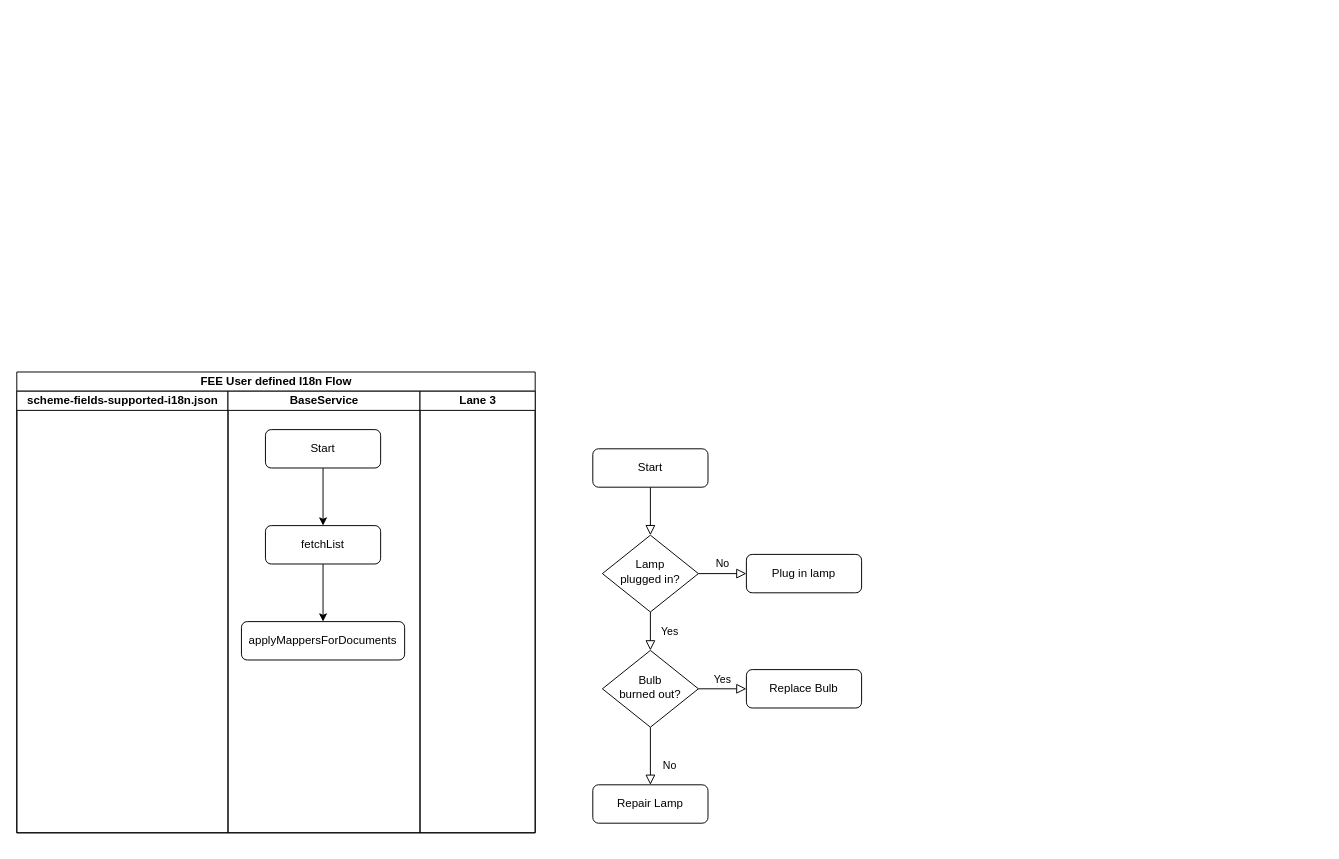
Above: User-Defined-FEE-Translate-Flow.drawio in SmileSB1O1/draw-active (draw.io), before the change. Source tidied: cells renumbered, new cells numbered last; positions are measured from the earlier drawing's top-left corner, leaving out a move shared by most shapes. Both pictures are drawn from the tidied source at 96%, with x=0, y=0 at pixel (16, 372).
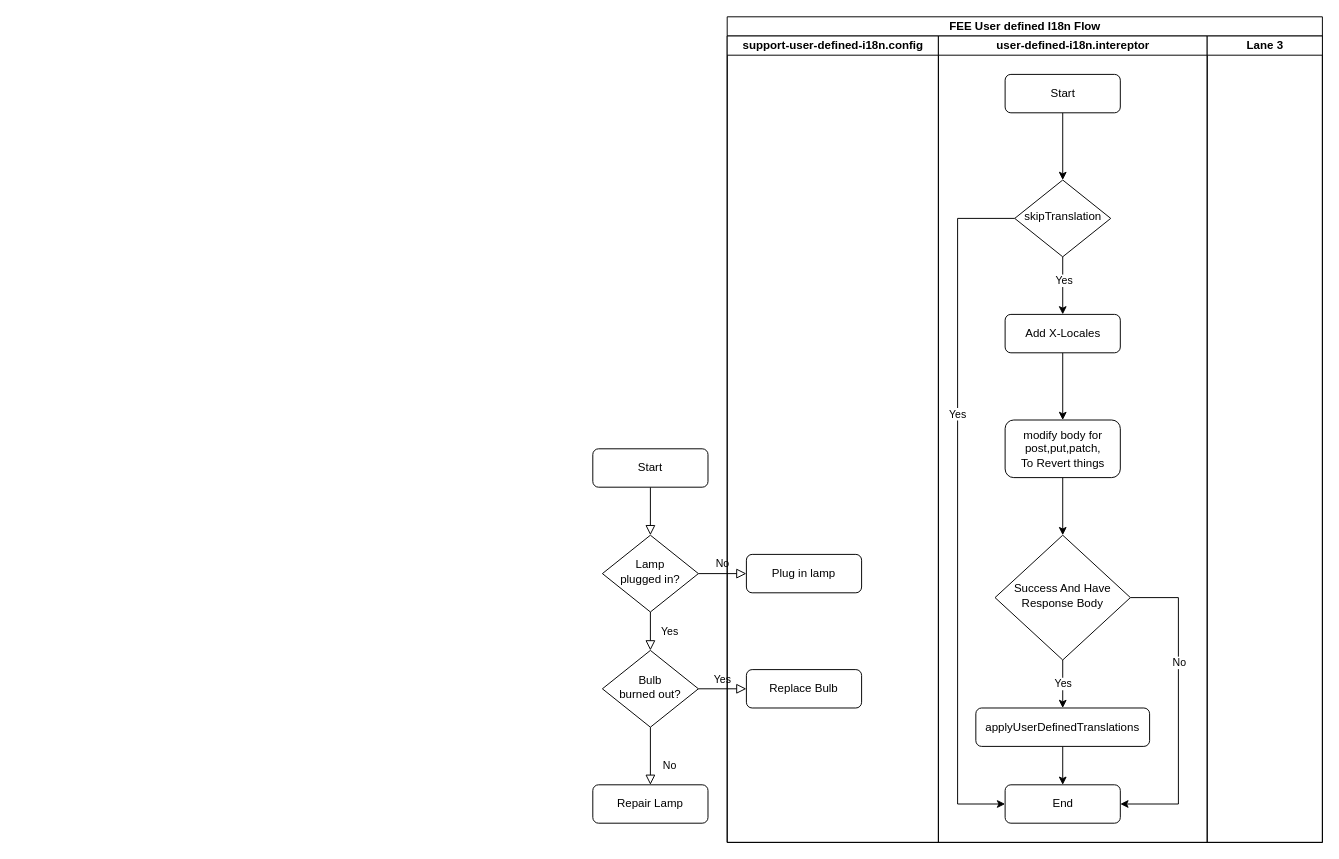
After the change.

Change to the diagram source:
```diff
@@
     <mxCell id="13" value="FEE User defined I18n Flow" style="swimlane;startSize=20;html=1;" parent="1" vertex="1">
-      <mxGeometry width="540" height="480" as="geometry" />
+      <mxGeometry x="740" y="-370" width="620" height="860" as="geometry" />
     </mxCell>
-    <mxCell id="14" value="scheme-fields-supported-i18n.json" style="swimlane;startSize=20;html=1;" parent="13" vertex="1">
-      <mxGeometry y="20" width="220" height="460" as="geometry" />
+    <mxCell id="14" value="support-user-defined-i18n.config" style="swimlane;startSize=20;html=1;" parent="13" vertex="1">
+      <mxGeometry y="20" width="220" height="840" as="geometry" />
     </mxCell>
-    <mxCell id="15" value="BaseService" style="swimlane;startSize=20;html=1;" parent="13" vertex="1">
-      <mxGeometry x="220" y="20" width="200" height="460" as="geometry" />
+    <mxCell id="15" value="user-defined-i18n.intereptor" style="swimlane;startSize=20;html=1;" parent="13" vertex="1">
+      <mxGeometry x="220" y="20" width="280" height="840" as="geometry" />
     </mxCell>
-    <mxCell id="16" style="edgeStyle=orthogonalEdgeStyle;rounded=0;jettySize=auto;html=1;entryX=0.5;entryY=0;entryDx=0;entryDy=0;" parent="15" edge="1" source="17" target="19">
+    <mxCell id="16" style="edgeStyle=orthogonalEdgeStyle;rounded=0;jettySize=auto;html=1;entryX=0.5;entryY=0;entryDx=0;entryDy=0;" parent="15" edge="1" source="17" target="26">
       <mxGeometry relative="1" as="geometry" />
     </mxCell>
     <mxCell id="17" value="Start" style="rounded=1;whiteSpace=wrap;html=1;fontSize=12;glass=0;strokeWidth=1;shadow=0;" parent="15" vertex="1">
-      <mxGeometry x="39" y="40" width="120" height="40" as="geometry" />
+      <mxGeometry x="69.5" y="40" width="120" height="40" as="geometry" />
     </mxCell>
-    <mxCell id="18" style="edgeStyle=orthogonalEdgeStyle;rounded=0;jettySize=auto;html=1;exitX=0.5;exitY=1;exitDx=0;exitDy=0;" parent="15" edge="1" source="19" target="20">
-      <mxGeometry relative="1" as="geometry" />
-    </mxCell>
-    <mxCell id="19" value="fetchList" style="rounded=1;whiteSpace=wrap;html=1;fontSize=12;glass=0;strokeWidth=1;shadow=0;" parent="15" vertex="1">
-      <mxGeometry x="39" y="140" width="120" height="40" as="geometry" />
-    </mxCell>
-    <mxCell id="20" value="applyMappersForDocuments" style="rounded=1;whiteSpace=wrap;html=1;fontSize=12;glass=0;strokeWidth=1;shadow=0;" parent="15" vertex="1">
-      <mxGeometry x="14" y="240" width="170" height="40" as="geometry" />
-    </mxCell>
+    <mxCell id="22" style="edgeStyle=orthogonalEdgeStyle;rounded=0;jettySize=auto;html=1;exitX=0;exitY=0.5;exitDx=0;exitDy=0;entryX=0;entryY=0.5;entryDx=0;entryDy=0;" parent="15" edge="1" source="26" target="27">
+      <mxGeometry relative="1" as="geometry">
+        <Array as="points">
+          <mxPoint x="20" y="190" />
+          <mxPoint x="20" y="800" />
+        </Array>
+      </mxGeometry>
+    </mxCell>
+    <mxCell id="23" value="Yes" style="edgeLabel;html=1;align=center;verticalAlign=middle;" parent="22" vertex="1">
+      <mxGeometry x="-0.27" y="-1" relative="1" as="geometry">
+        <mxPoint y="1" as="offset" />
+      </mxGeometry>
+    </mxCell>
+    <mxCell id="24" style="edgeStyle=orthogonalEdgeStyle;rounded=0;jettySize=auto;html=1;exitX=0.5;exitY=1;exitDx=0;exitDy=0;entryX=0.5;entryY=0;entryDx=0;entryDy=0;" parent="15" edge="1" source="26" target="29">
+      <mxGeometry relative="1" as="geometry" />
+    </mxCell>
+    <mxCell id="25" value="Yes" style="edgeLabel;html=1;align=center;verticalAlign=middle;" parent="24" vertex="1">
+      <mxGeometry x="-0.22" y="1" relative="1" as="geometry">
+        <mxPoint y="1" as="offset" />
+      </mxGeometry>
+    </mxCell>
+    <mxCell id="26" value="skipTranslation" style="rhombus;whiteSpace=wrap;html=1;shadow=0;fontFamily=Helvetica;fontSize=12;align=center;strokeWidth=1;spacing=6;spacingTop=-4;" parent="15" vertex="1">
+      <mxGeometry x="79.5" y="150" width="100" height="80" as="geometry" />
+    </mxCell>
+    <mxCell id="27" value="End" style="rounded=1;whiteSpace=wrap;html=1;fontSize=12;glass=0;strokeWidth=1;shadow=0;" parent="15" vertex="1">
+      <mxGeometry x="69.5" y="780" width="120" height="40" as="geometry" />
+    </mxCell>
+    <mxCell id="28" style="edgeStyle=orthogonalEdgeStyle;rounded=0;jettySize=auto;html=1;entryX=0.5;entryY=0;entryDx=0;entryDy=0;" parent="15" edge="1" source="29" target="31">
+      <mxGeometry relative="1" as="geometry" />
+    </mxCell>
+    <mxCell id="29" value="Add X-Locales" style="rounded=1;whiteSpace=wrap;html=1;fontSize=12;glass=0;strokeWidth=1;shadow=0;" parent="15" vertex="1">
+      <mxGeometry x="69.5" y="290" width="120" height="40" as="geometry" />
+    </mxCell>
+    <mxCell id="30" style="edgeStyle=orthogonalEdgeStyle;rounded=0;jettySize=auto;html=1;exitX=0.5;exitY=1;exitDx=0;exitDy=0;entryX=0.5;entryY=0;entryDx=0;entryDy=0;" parent="15" edge="1" source="31" target="35">
+      <mxGeometry relative="1" as="geometry" />
+    </mxCell>
+    <mxCell id="31" value="modify body for post,put,patch,&lt;br&gt;To Revert things" style="rounded=1;whiteSpace=wrap;html=1;fontSize=12;glass=0;strokeWidth=1;shadow=0;" parent="15" vertex="1">
+      <mxGeometry x="69.5" y="400" width="120" height="60" as="geometry" />
+    </mxCell>
+    <mxCell id="32" value="Yes" style="edgeStyle=orthogonalEdgeStyle;rounded=0;jettySize=auto;html=1;exitX=0.5;exitY=1;exitDx=0;exitDy=0;entryX=0.5;entryY=0;entryDx=0;entryDy=0;" parent="15" edge="1" source="35" target="37">
+      <mxGeometry relative="1" as="geometry" />
+    </mxCell>
+    <mxCell id="33" style="edgeStyle=orthogonalEdgeStyle;rounded=0;jettySize=auto;html=1;entryX=1;entryY=0.5;entryDx=0;entryDy=0;exitX=1;exitY=0.5;exitDx=0;exitDy=0;" parent="15" edge="1" source="35" target="27">
+      <mxGeometry relative="1" as="geometry">
+        <Array as="points">
+          <mxPoint x="250" y="585" />
+          <mxPoint x="250" y="800" />
+        </Array>
+      </mxGeometry>
+    </mxCell>
+    <mxCell id="34" value="No" style="edgeLabel;html=1;align=center;verticalAlign=middle;" parent="33" vertex="1">
+      <mxGeometry x="-0.28" relative="1" as="geometry" />
+    </mxCell>
+    <mxCell id="35" value="Success And Have Response Body" style="rhombus;whiteSpace=wrap;html=1;shadow=0;fontFamily=Helvetica;fontSize=12;align=center;strokeWidth=1;spacing=6;spacingTop=-4;" parent="15" vertex="1">
+      <mxGeometry x="59" y="520" width="141" height="130" as="geometry" />
+    </mxCell>
+    <mxCell id="36" style="edgeStyle=orthogonalEdgeStyle;rounded=0;jettySize=auto;html=1;exitX=0.5;exitY=1;exitDx=0;exitDy=0;" parent="15" edge="1" source="37" target="27">
+      <mxGeometry relative="1" as="geometry" />
+    </mxCell>
+    <mxCell id="37" value="applyUserDefinedTranslations" style="rounded=1;whiteSpace=wrap;html=1;fontSize=12;glass=0;strokeWidth=1;shadow=0;" parent="15" vertex="1">
+      <mxGeometry x="39" y="700" width="181" height="40" as="geometry" />
+    </mxCell>
     <mxCell id="21" value="Lane 3" style="swimlane;startSize=20;html=1;" parent="13" vertex="1">
-      <mxGeometry x="420" y="20" width="120" height="460" as="geometry" />
+      <mxGeometry x="500" y="20" width="120" height="840" as="geometry" />
     </mxCell>
```
